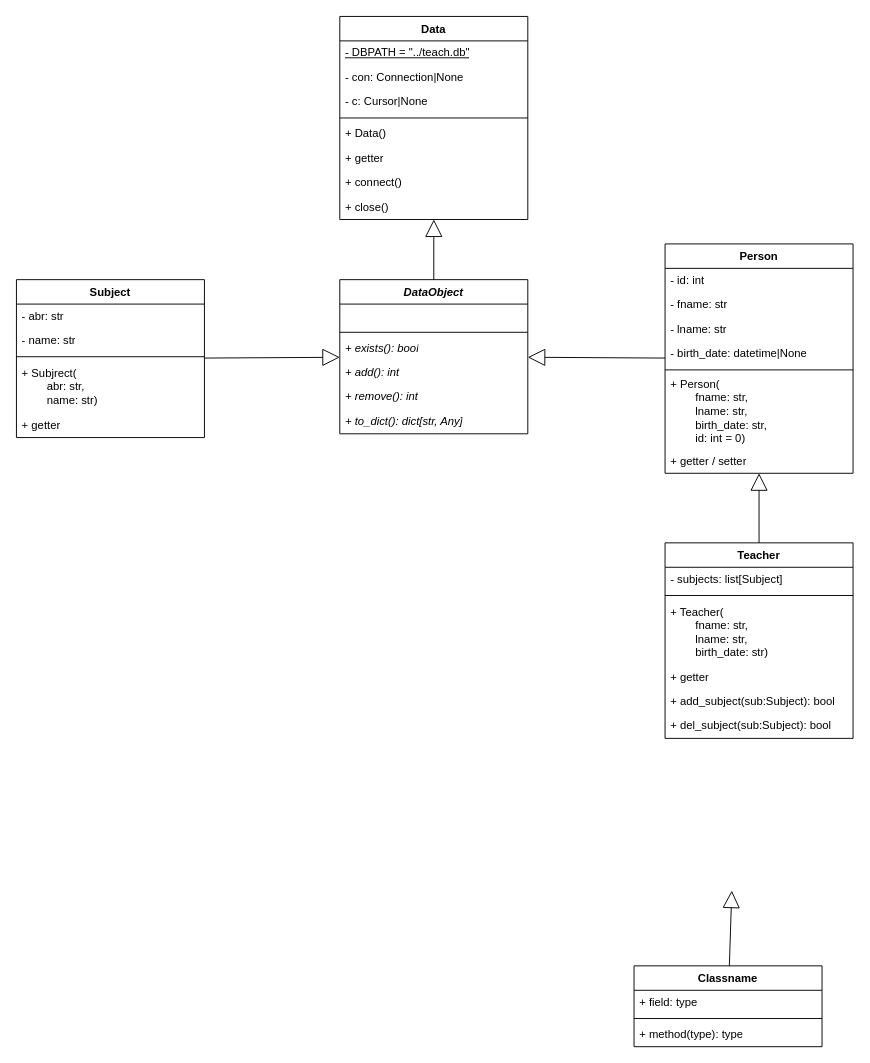
This is drafts/database.drawio from elma1989/teach, a draw.io file, before an edit. Source tidied: cells renumbered, new cells numbered last; positions are measured from the earlier drawing's top-left corner, leaving out a move shared by most shapes. Both pictures are drawn from the tidied source at 94%, with x=0, y=0 at pixel (16, 16).
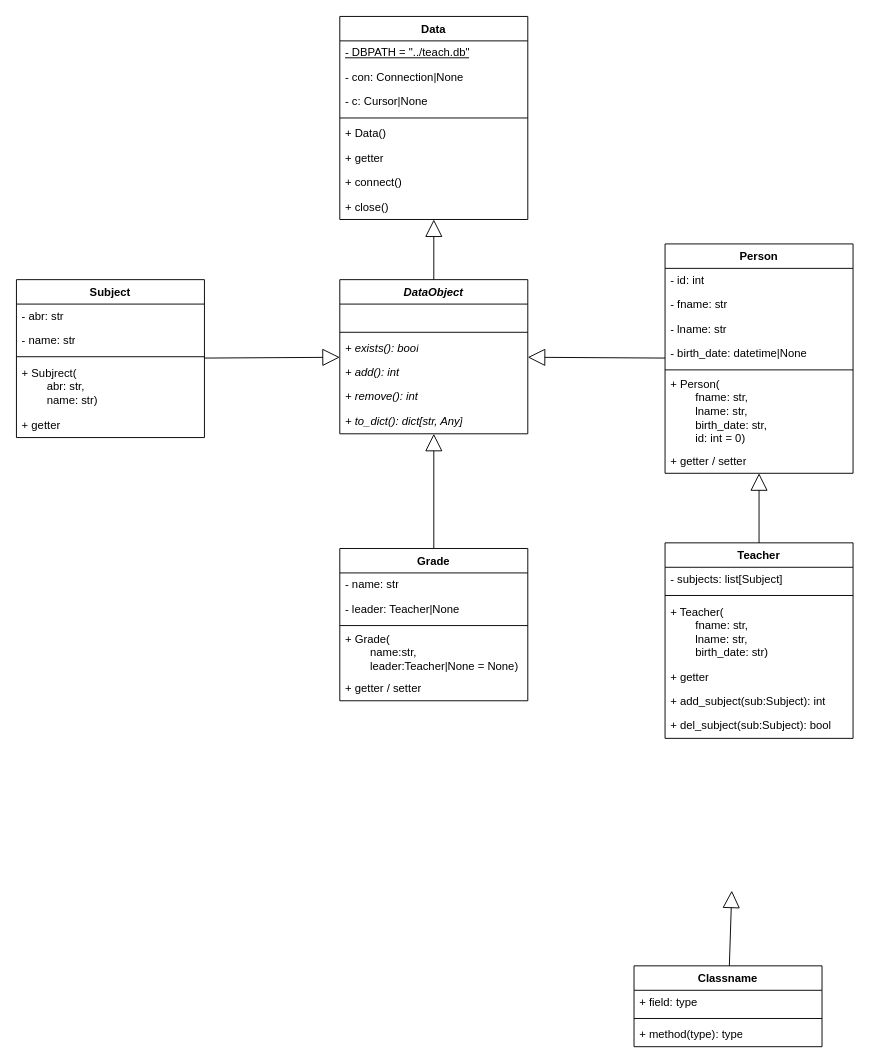
The same diagram, later.

The change refers to these unchanged cells:
```xml
<mxCell id="15" value="DataObject" style="swimlane;fontStyle=3;align=center;verticalAlign=top;horizontal=1;startSize=26;whiteSpace=wrap;html=1;" parent="1" vertex="1">
  <mxGeometry x="344" y="280" width="200" height="164" as="geometry" />
</mxCell>
<mxCell id="40" value="Teacher" style="swimlane;fontStyle=1;align=center;verticalAlign=top;horizontal=1;startSize=26;whiteSpace=wrap;html=1;" parent="1" vertex="1">
  <mxGeometry x="690" y="560" width="200" height="208" as="geometry" />
</mxCell>
```

Diff of the diagram source:
```diff
@@
-    <mxCell id="45" value="+ add_subject(sub:Subject): bool" style="text;strokeColor=none;fillColor=none;align=left;verticalAlign=middle;spacingLeft=4;spacingRight=4;overflow=hidden;whiteSpace=wrap;html=1;" parent="40" vertex="1">
+    <mxCell id="45" value="+ add_subject(sub:Subject): int" style="text;strokeColor=none;fillColor=none;align=left;verticalAlign=middle;spacingLeft=4;spacingRight=4;overflow=hidden;whiteSpace=wrap;html=1;" parent="40" vertex="1">
       <mxGeometry y="156" width="200" height="26" as="geometry" />
     </mxCell>
@@
+    <mxCell id="48" value="Grade" style="swimlane;fontStyle=1;align=center;verticalAlign=top;horizontal=1;startSize=26;whiteSpace=wrap;html=1;" parent="1" vertex="1">
+      <mxGeometry x="344" y="566" width="200" height="162" as="geometry" />
+    </mxCell>
+    <mxCell id="49" value="- name: str" style="text;strokeColor=none;fillColor=none;align=left;verticalAlign=middle;spacingLeft=4;spacingRight=4;overflow=hidden;whiteSpace=wrap;html=1;" parent="48" vertex="1">
+      <mxGeometry y="26" width="200" height="26" as="geometry" />
+    </mxCell>
+    <mxCell id="50" value="- leader: Teacher|None" style="text;strokeColor=none;fillColor=none;align=left;verticalAlign=middle;spacingLeft=4;spacingRight=4;overflow=hidden;whiteSpace=wrap;html=1;" parent="48" vertex="1">
+      <mxGeometry y="52" width="200" height="26" as="geometry" />
+    </mxCell>
+    <mxCell id="51" style="line;strokeWidth=1;fillColor=none;align=left;verticalAlign=middle;spacingTop=-1;spacingLeft=3;spacingRight=3;labelPosition=right;strokeColor=inherit;" parent="48" vertex="1">
+      <mxGeometry y="78" width="200" height="8" as="geometry" />
+    </mxCell>
+    <mxCell id="52" value="&lt;div&gt;+ Grade(&lt;/div&gt;&lt;div&gt;&lt;span style=&quot;white-space: pre;&quot;&gt;&#9;&lt;/span&gt;name:str,&lt;/div&gt;&lt;div&gt;&lt;span style=&quot;white-space: pre;&quot;&gt;&#9;&lt;/span&gt;leader:Teacher|None = None)&lt;/div&gt;" style="text;strokeColor=none;fillColor=none;align=left;verticalAlign=middle;spacingLeft=4;spacingRight=4;overflow=hidden;whiteSpace=wrap;html=1;" parent="48" vertex="1">
+      <mxGeometry y="86" width="200" height="50" as="geometry" />
+    </mxCell>
+    <mxCell id="53" value="+ getter / setter" style="text;strokeColor=none;fillColor=none;align=left;verticalAlign=middle;spacingLeft=4;spacingRight=4;overflow=hidden;whiteSpace=wrap;html=1;" parent="48" vertex="1">
+      <mxGeometry y="136" width="200" height="26" as="geometry" />
+    </mxCell>
+    <mxCell id="54" style="endArrow=block;endSize=16;endFill=0;html=1;rounded=0;" parent="1" edge="1" source="48" target="15">
+      <mxGeometry relative="1" as="geometry" />
+    </mxCell>
```
